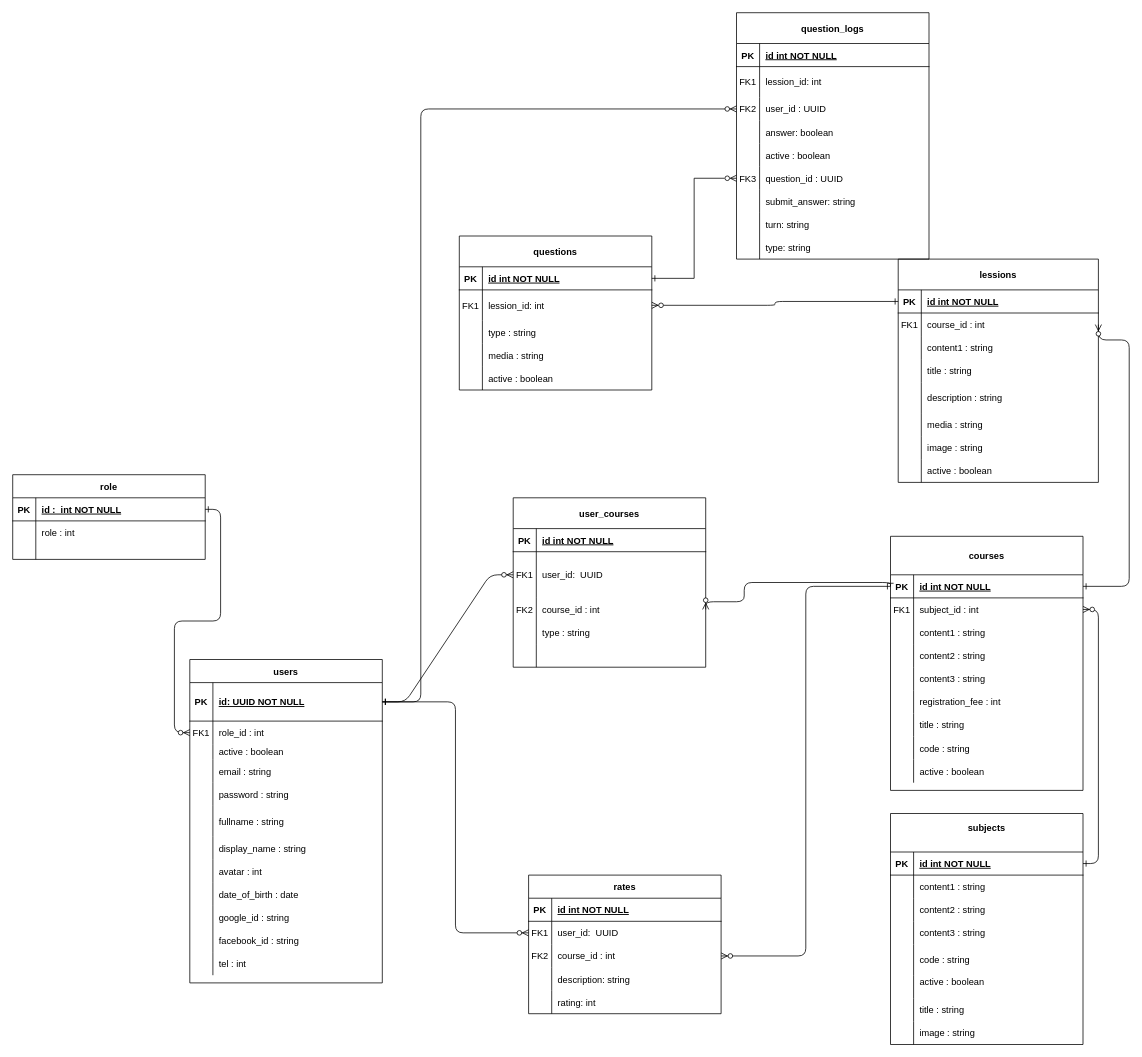
The draw.io diagram Untitled Diagram.drawio in datphanhuy14/login-jwt, before the edit. Source tidied: cells renumbered, new cells numbered last; positions are measured from the earlier drawing's top-left corner, leaving out a move shared by most shapes. Both pictures are drawn from the tidied source at 77%, with x=0, y=0 at pixel (12, 12).
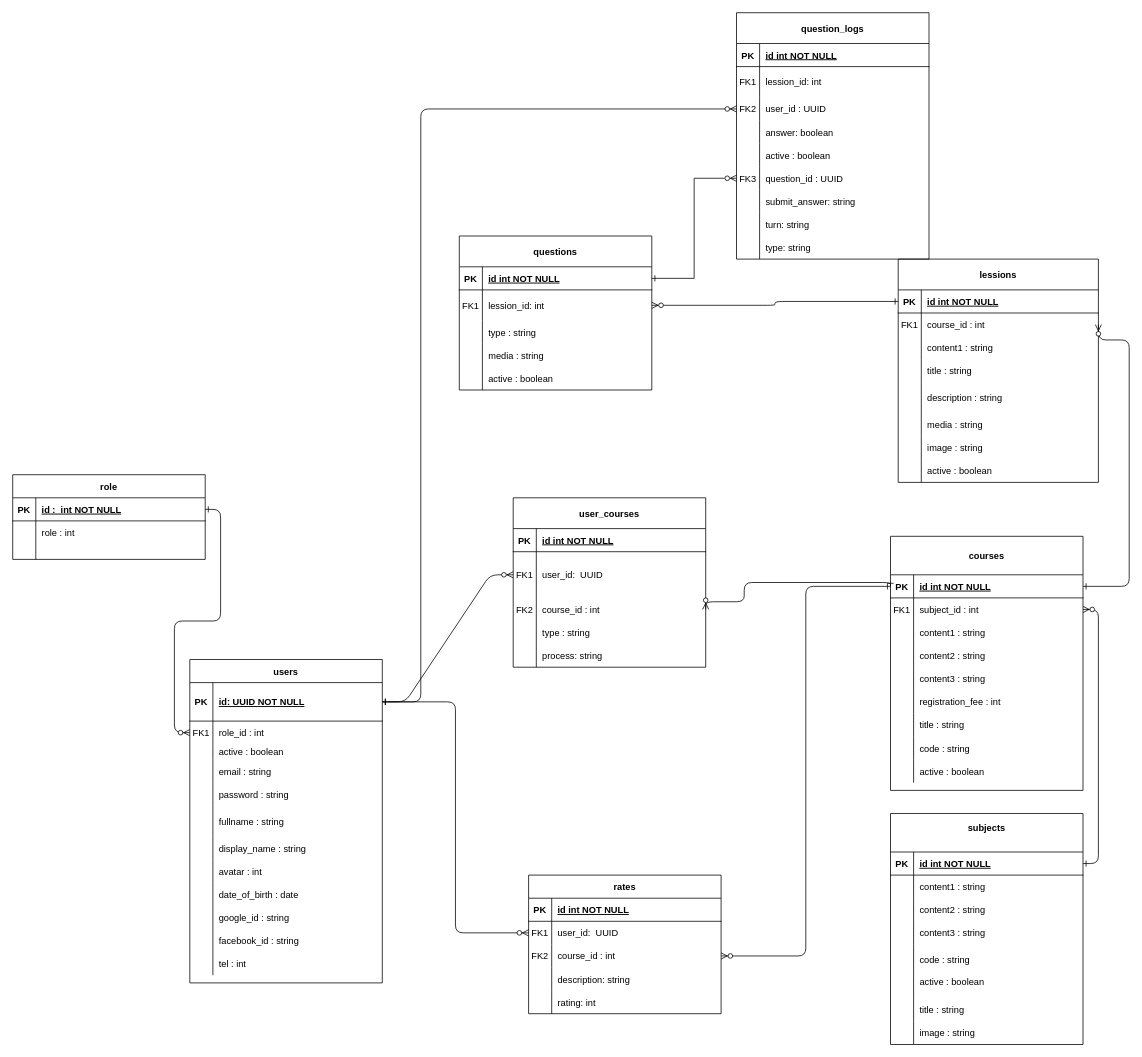
The same page after the edit.

The change refers to these unchanged cells:
```xml
<mxCell id="16" style="shape=partialRectangle;fillColor=none;top=0;left=0;right=0;bottom=0;" parent="3" vertex="1">
  <mxGeometry y="190" width="250" height="30" as="geometry" />
</mxCell>
```

Diff of the diagram source:
```diff
@@
-    <mxCell id="18" style="shape=partialRectangle;overflow=hidden;fillColor=none;top=0;left=0;bottom=0;right=0;align=left;spacingLeft=6;" parent="16" vertex="1">
+    <mxCell id="18" value="process: string" style="shape=partialRectangle;overflow=hidden;fillColor=none;top=0;left=0;bottom=0;right=0;align=left;spacingLeft=6;" parent="16" vertex="1">
       <mxGeometry x="30" width="220" height="30" as="geometry" />
     </mxCell>
```
